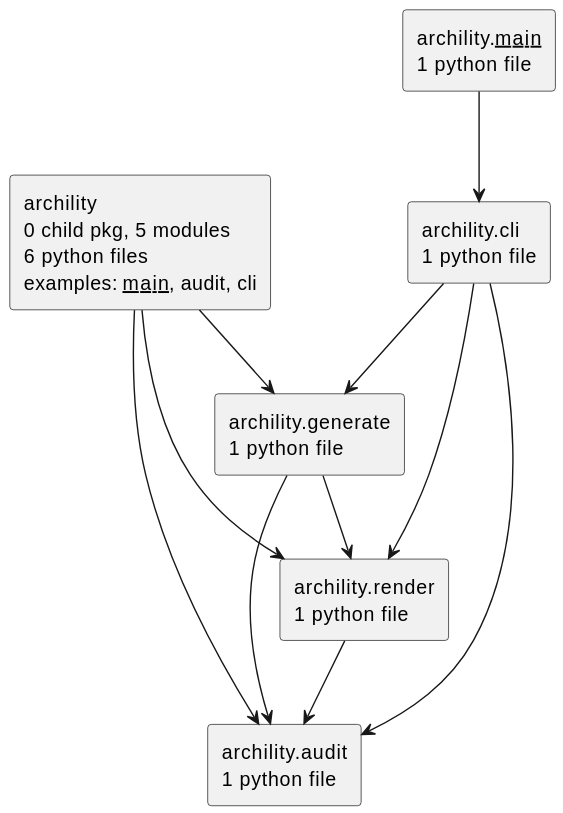
This is docs/diagrams/python-packages.puml.svg from casonk/archility, a PlantUML export, as it was before one commit.
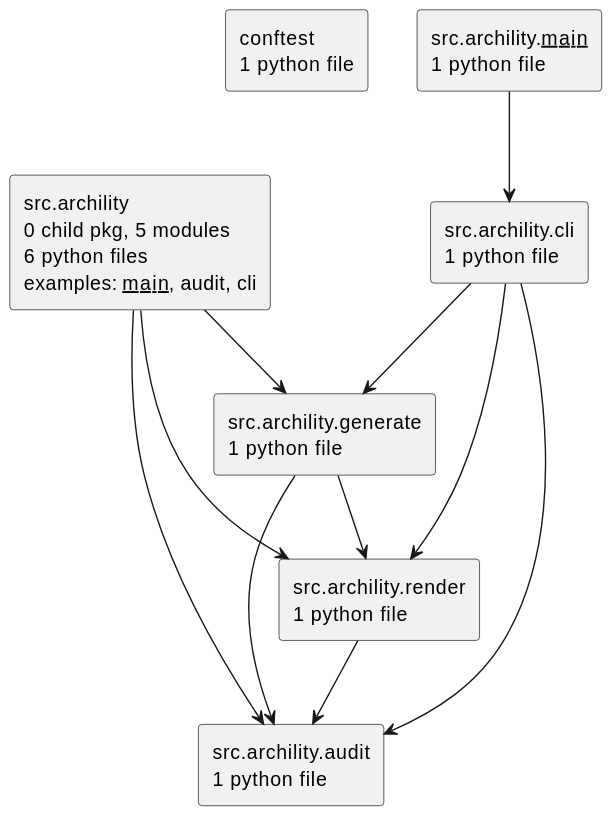
Later version of the same file.

Diff of the diagram source:
```diff
@@ -2,20 +2,21 @@
 set namespaceSeparator none
 top to bottom direction
 skinparam componentStyle rectangle
-rectangle "archility\n0 child pkg, 5 modules\n6 python files\nexamples: __main__, audit, cli" as archility
-rectangle "archility.__main__\n1 python file" as archility.__main__
-rectangle "archility.audit\n1 python file" as archility.audit
-rectangle "archility.cli\n1 python file" as archility.cli
-rectangle "archility.generate\n1 python file" as archility.generate
-rectangle "archility.render\n1 python file" as archility.render
-archility --> archility.audit
-archility --> archility.generate
-archility --> archility.render
-archility.__main__ --> archility.cli
-archility.cli --> archility.audit
-archility.cli --> archility.generate
-archility.cli --> archility.render
-archility.generate --> archility.audit
-archility.generate --> archility.render
-archility.render --> archility.audit
+rectangle "conftest\n1 python file" as conftest
+rectangle "src.archility\n0 child pkg, 5 modules\n6 python files\nexamples: __main__, audit, cli" as src.archility
+rectangle "src.archility.__main__\n1 python file" as src.archility.__main__
+rectangle "src.archility.audit\n1 python file" as src.archility.audit
+rectangle "src.archility.cli\n1 python file" as src.archility.cli
+rectangle "src.archility.generate\n1 python file" as src.archility.generate
+rectangle "src.archility.render\n1 python file" as src.archility.render
+src.archility --> src.archility.audit
+src.archility --> src.archility.generate
+src.archility --> src.archility.render
+src.archility.__main__ --> src.archility.cli
+src.archility.cli --> src.archility.audit
+src.archility.cli --> src.archility.generate
+src.archility.cli --> src.archility.render
+src.archility.generate --> src.archility.audit
+src.archility.generate --> src.archility.render
+src.archility.render --> src.archility.audit
 @enduml
```
